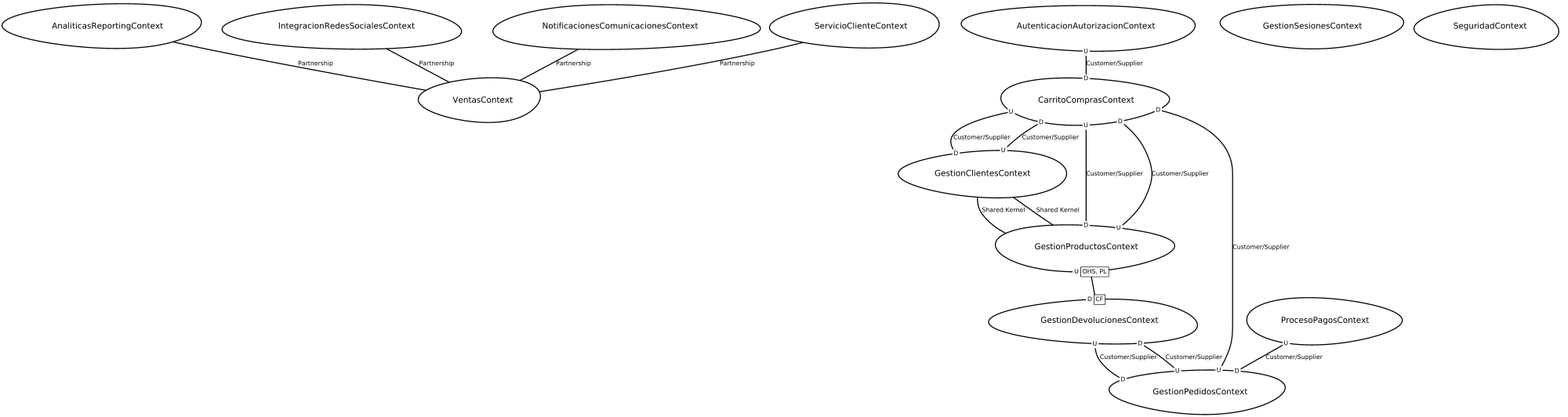
Before: src-gen/LAB02_proyectoEcomerce_ContexMapper_ContextMap.png, a diagram exported from Graphviz (Jhonat20/LAB02_proyectoEcomerce_ContexMapper). Its source is kept beside it as src-gen/LAB02_proyectoEcomerce_ContexMapper_ContextMap.gv.
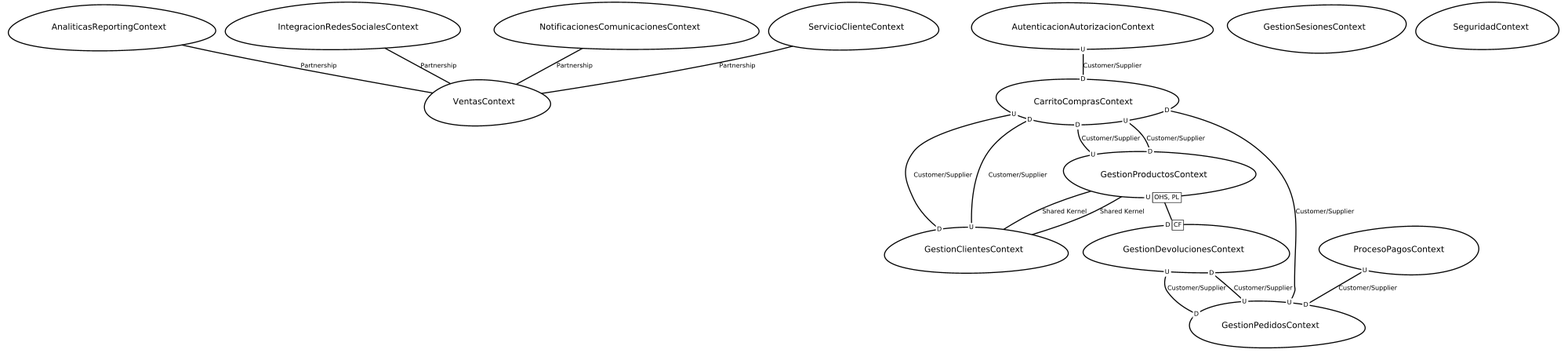
Above is the later version.

Diff of the diagram source:
```diff
@@ -1,21 +1,26 @@
 digraph "ContextMapGraph" {
 graph ["imagepath"="/tmp/GraphvizJava"]
-"AnaliticasReportingContext" ["margin"="0.3","orientation"="79","shape"="egg","fontsize"="16","style"="bold","label"="AnaliticasReportingContext\n","fontname"="sans-serif"]
-"VentasContext" ["margin"="0.3","orientation"="282","shape"="egg","fontsize"="16","style"="bold","label"="VentasContext\n","fontname"="sans-serif"]
-"AutenticacionAutorizacionContext" ["margin"="0.3","orientation"="137","shape"="egg","fontsize"="16","style"="bold","label"="AutenticacionAutorizacionContext\n","fontname"="sans-serif"]
-"CarritoComprasContext" ["margin"="0.3","orientation"="176","shape"="egg","fontsize"="16","style"="bold","label"="CarritoComprasContext\n","fontname"="sans-serif"]
-"GestionClientesContext" ["margin"="0.3","orientation"="243","shape"="egg","fontsize"="16","style"="bold","label"="GestionClientesContext\n","fontname"="sans-serif"]
-"GestionProductosContext" ["margin"="0.3","orientation"="90","shape"="egg","fontsize"="16","style"="bold","label"="GestionProductosContext\n","fontname"="sans-serif"]
-"GestionDevolucionesContext" ["margin"="0.3","orientation"="42","shape"="egg","fontsize"="16","style"="bold","label"="GestionDevolucionesContext\n","fontname"="sans-serif"]
-"GestionPedidosContext" ["margin"="0.3","orientation"="254","shape"="egg","fontsize"="16","style"="bold","label"="GestionPedidosContext\n","fontname"="sans-serif"]
-"GestionSesionesContext" ["margin"="0.3","orientation"="224","shape"="egg","fontsize"="16","style"="bold","label"="GestionSesionesContext\n","fontname"="sans-serif"]
-"IntegracionRedesSocialesContext" ["margin"="0.3","orientation"="126","shape"="egg","fontsize"="16","style"="bold","label"="IntegracionRedesSocialesContext\n","fontname"="sans-serif"]
-"NotificacionesComunicacionesContext" ["margin"="0.3","orientation"="55","shape"="egg","fontsize"="16","style"="bold","label"="NotificacionesComunicacionesContext\n","fontname"="sans-serif"]
-"ProcesoPagosContext" ["margin"="0.3","orientation"="79","shape"="egg","fontsize"="16","style"="bold","label"="ProcesoPagosContext\n","fontname"="sans-serif"]
-"SeguridadContext" ["margin"="0.3","orientation"="240","shape"="egg","fontsize"="16","style"="bold","label"="SeguridadContext\n","fontname"="sans-serif"]
-"ServicioClienteContext" ["margin"="0.3","orientation"="169","shape"="egg","fontsize"="16","style"="bold","label"="ServicioClienteContext\n","fontname"="sans-serif"]
+"AnaliticasReportingContext" ["margin"="0.3","orientation"="168","shape"="egg","fontsize"="16","style"="bold","label"="AnaliticasReportingContext\n","fontname"="sans-serif"]
+"VentasContext" ["margin"="0.3","orientation"="244","shape"="egg","fontsize"="16","style"="bold","label"="VentasContext\n","fontname"="sans-serif"]
+"AutenticacionAutorizacionContext" ["margin"="0.3","orientation"="113","shape"="egg","fontsize"="16","style"="bold","label"="AutenticacionAutorizacionContext\n","fontname"="sans-serif"]
+"CarritoComprasContext" ["margin"="0.3","orientation"="100","shape"="egg","fontsize"="16","style"="bold","label"="CarritoComprasContext\n","fontname"="sans-serif"]
+"GestionProductosContext" ["margin"="0.3","orientation"="253","shape"="egg","fontsize"="16","style"="bold","label"="GestionProductosContext\n","fontname"="sans-serif"]
+"GestionClientesContext" ["margin"="0.3","orientation"="73","shape"="egg","fontsize"="16","style"="bold","label"="GestionClientesContext\n","fontname"="sans-serif"]
+"GestionDevolucionesContext" ["margin"="0.3","orientation"="87","shape"="egg","fontsize"="16","style"="bold","label"="GestionDevolucionesContext\n","fontname"="sans-serif"]
+"GestionPedidosContext" ["margin"="0.3","orientation"="225","shape"="egg","fontsize"="16","style"="bold","label"="GestionPedidosContext\n","fontname"="sans-serif"]
+"GestionSesionesContext" ["margin"="0.3","orientation"="343","shape"="egg","fontsize"="16","style"="bold","label"="GestionSesionesContext\n","fontname"="sans-serif"]
+"IntegracionRedesSocialesContext" ["margin"="0.3","orientation"="331","shape"="egg","fontsize"="16","style"="bold","label"="IntegracionRedesSocialesContext\n","fontname"="sans-serif"]
+"NotificacionesComunicacionesContext" ["margin"="0.3","orientation"="77","shape"="egg","fontsize"="16","style"="bold","label"="NotificacionesComunicacionesContext\n","fontname"="sans-serif"]
+"ProcesoPagosContext" ["margin"="0.3","orientation"="342","shape"="egg","fontsize"="16","style"="bold","label"="ProcesoPagosContext\n","fontname"="sans-serif"]
+"SeguridadContext" ["margin"="0.3","orientation"="311","shape"="egg","fontsize"="16","style"="bold","label"="SeguridadContext\n","fontname"="sans-serif"]
+"ServicioClienteContext" ["margin"="0.3","orientation"="217","shape"="egg","fontsize"="16","style"="bold","label"="ServicioClienteContext\n","fontname"="sans-serif"]
 "AnaliticasReportingContext" -> "VentasContext" ["fontsize"="12","style"="bold","label"="Partnership","dir"="none","fontname"="sans-serif"]
 "AutenticacionAutorizacionContext" -> "CarritoComprasContext" ["headlabel"=<<table cellspacing="0" cellborder="0" border="0">
+<tr><td bgcolor="white">D</td></tr>
+</table>>,"labeldistance"="0","fontsize"="12","taillabel"=<<table cellspacing="0" cellborder="0" border="0">
+<tr><td bgcolor="white">U</td></tr>
+</table>>,"style"="bold","label"="Customer/Supplier","dir"="none","fontname"="sans-serif"]
+"CarritoComprasContext" -> "GestionProductosContext" ["headlabel"=<<table cellspacing="0" cellborder="0" border="0">
 <tr><td bgcolor="white">D</td></tr>
 </table>>,"labeldistance"="0","fontsize"="12","taillabel"=<<table cellspacing="0" cellborder="0" border="0">
 <tr><td bgcolor="white">U</td></tr>
@@ -25,39 +30,34 @@
 </table>>,"labeldistance"="0","fontsize"="12","taillabel"=<<table cellspacing="0" cellborder="0" border="0">
 <tr><td bgcolor="white">U</td></tr>
 </table>>,"style"="bold","label"="Customer/Supplier","dir"="none","fontname"="sans-serif"]
-"CarritoComprasContext" -> "GestionProductosContext" ["headlabel"=<<table cellspacing="0" cellborder="0" border="0">
+"GestionProductosContext" -> "GestionClientesContext" ["fontsize"="12","style"="bold","label"="Shared Kernel","dir"="none","fontname"="sans-serif"]
+"GestionProductosContext" -> "CarritoComprasContext" ["headlabel"=<<table cellspacing="0" cellborder="0" border="0">
 <tr><td bgcolor="white">D</td></tr>
 </table>>,"labeldistance"="0","fontsize"="12","taillabel"=<<table cellspacing="0" cellborder="0" border="0">
 <tr><td bgcolor="white">U</td></tr>
 </table>>,"style"="bold","label"="Customer/Supplier","dir"="none","fontname"="sans-serif"]
+"GestionProductosContext" -> "GestionDevolucionesContext" ["headlabel"=<<table cellspacing="0" cellborder="1" border="0">
+<tr><td bgcolor="white" sides="r">D</td><td sides="trbl" bgcolor="white"><font>CF</font></td></tr>
+</table>>,"labeldistance"="0","fontsize"="12","taillabel"=<<table cellspacing="0" cellborder="1" border="0">
+<tr><td bgcolor="white" sides="r">U</td><td sides="trbl" bgcolor="white"><font>OHS, PL</font></td></tr>
+</table>>,"style"="bold","label"="                                        ","dir"="none","fontname"="sans-serif"]
 "GestionClientesContext" -> "GestionProductosContext" ["fontsize"="12","style"="bold","label"="Shared Kernel","dir"="none","fontname"="sans-serif"]
 "GestionClientesContext" -> "CarritoComprasContext" ["headlabel"=<<table cellspacing="0" cellborder="0" border="0">
 <tr><td bgcolor="white">D</td></tr>
 </table>>,"labeldistance"="0","fontsize"="12","taillabel"=<<table cellspacing="0" cellborder="0" border="0">
 <tr><td bgcolor="white">U</td></tr>
 </table>>,"style"="bold","label"="Customer/Supplier","dir"="none","fontname"="sans-serif"]
-"GestionProductosContext" -> "CarritoComprasContext" ["headlabel"=<<table cellspacing="0" cellborder="0" border="0">
-<tr><td bgcolor="white">D</td></tr>
-</table>>,"labeldistance"="0","fontsize"="12","taillabel"=<<table cellspacing="0" cellborder="0" border="0">
-<tr><td bgcolor="white">U</td></tr>
-</table>>,"style"="bold","label"="Customer/Supplier","dir"="none","fontname"="sans-serif"]
-"GestionProductosContext" -> "GestionClientesContext" ["fontsize"="12","style"="bold","label"="Shared Kernel","dir"="none","fontname"="sans-serif"]
-"GestionProductosContext" -> "GestionDevolucionesContext" ["headlabel"=<<table cellspacing="0" cellborder="1" border="0">
-<tr><td bgcolor="white" sides="r">D</td><td sides="trbl" bgcolor="white"><font>CF</font></td></tr>
-</table>>,"labeldistance"="0","fontsize"="12","taillabel"=<<table cellspacing="0" cellborder="1" border="0">
-<tr><td bgcolor="white" sides="r">U</td><td sides="trbl" bgcolor="white"><font>OHS, PL</font></td></tr>
-</table>>,"style"="bold","label"="                                        ","dir"="none","fontname"="sans-serif"]
 "GestionDevolucionesContext" -> "GestionPedidosContext" ["headlabel"=<<table cellspacing="0" cellborder="0" border="0">
 <tr><td bgcolor="white">D</td></tr>
 </table>>,"labeldistance"="0","fontsize"="12","taillabel"=<<table cellspacing="0" cellborder="0" border="0">
 <tr><td bgcolor="white">U</td></tr>
 </table>>,"style"="bold","label"="Customer/Supplier","dir"="none","fontname"="sans-serif"]
-"GestionPedidosContext" -> "CarritoComprasContext" ["headlabel"=<<table cellspacing="0" cellborder="0" border="0">
+"GestionPedidosContext" -> "GestionDevolucionesContext" ["headlabel"=<<table cellspacing="0" cellborder="0" border="0">
 <tr><td bgcolor="white">D</td></tr>
 </table>>,"labeldistance"="0","fontsize"="12","taillabel"=<<table cellspacing="0" cellborder="0" border="0">
 <tr><td bgcolor="white">U</td></tr>
 </table>>,"style"="bold","label"="Customer/Supplier","dir"="none","fontname"="sans-serif"]
-"GestionPedidosContext" -> "GestionDevolucionesContext" ["headlabel"=<<table cellspacing="0" cellborder="0" border="0">
+"GestionPedidosContext" -> "CarritoComprasContext" ["headlabel"=<<table cellspacing="0" cellborder="0" border="0">
 <tr><td bgcolor="white">D</td></tr>
 </table>>,"labeldistance"="0","fontsize"="12","taillabel"=<<table cellspacing="0" cellborder="0" border="0">
 <tr><td bgcolor="white">U</td></tr>
```
